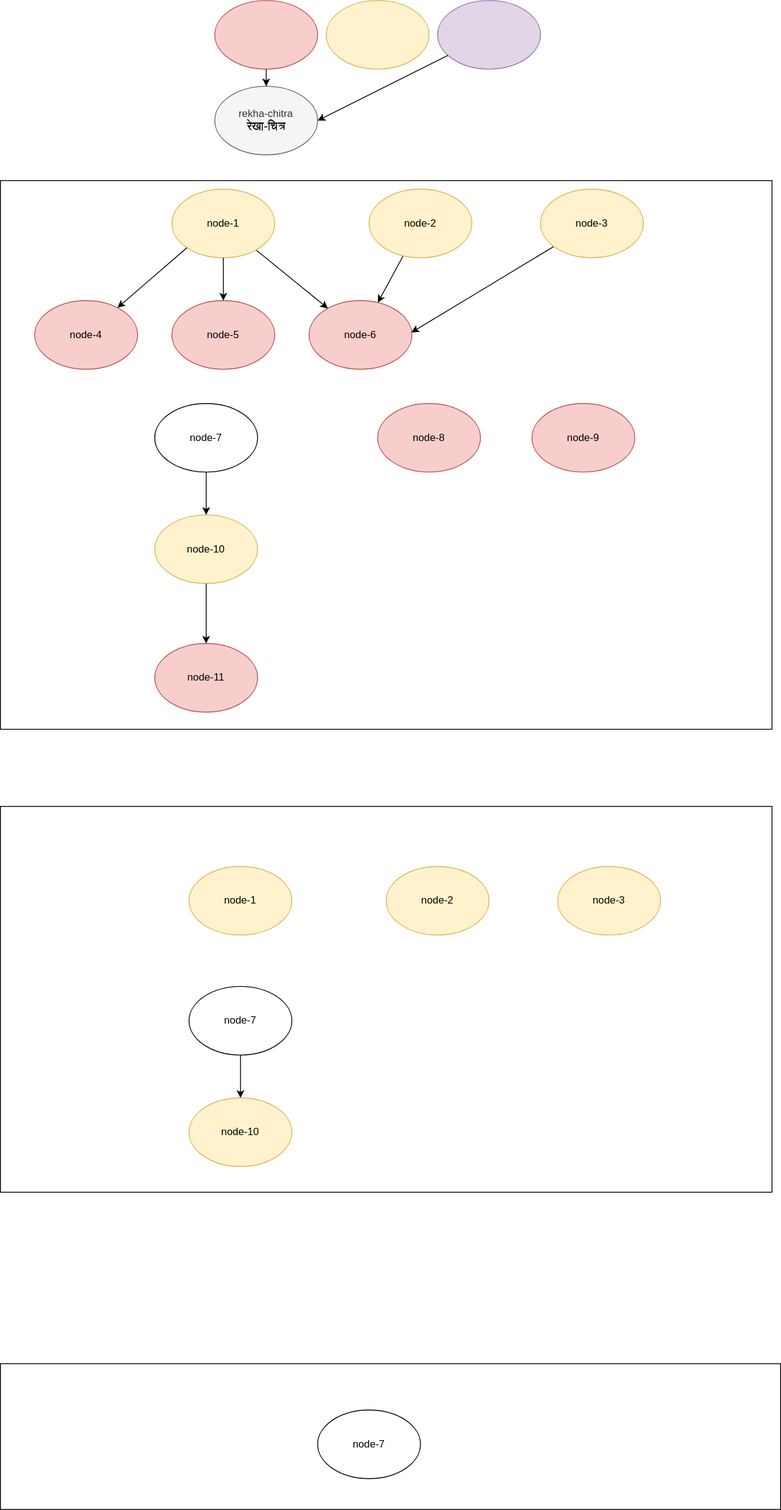
The draw.io diagram docs/design/rekha-chitra-logo.svg in princerachit/rekha-chitra, before a commit. Source tidied: cells renumbered, new cells last; positions are measured from the earlier drawing's top-left corner, leaving out a move shared by most shapes. Source of this version:
```xml
<mxGraphModel>
  <root>
    <mxCell id="0" />
    <mxCell id="1" parent="0" />
    <mxCell id="2" style="group;" parent="1" vertex="1">
      <mxGeometry y="210" width="900" height="640" as="geometry" />
    </mxCell>
    <mxCell id="3" style="rounded=0;whiteSpace=wrap;html=1;" parent="2" vertex="1">
      <mxGeometry width="900" height="640" as="geometry" />
    </mxCell>
    <mxCell id="4" value="node-6" style="ellipse;whiteSpace=wrap;html=1;fillColor=#f8cecc;strokeColor=#b85450;" parent="2" vertex="1">
      <mxGeometry x="360" y="140" width="120" height="80" as="geometry" />
    </mxCell>
    <mxCell id="5" style="rounded=0;jettySize=auto;html=1;" parent="2" edge="1" source="6" target="4">
      <mxGeometry relative="1" as="geometry" />
    </mxCell>
    <mxCell id="6" value="node-1" style="ellipse;whiteSpace=wrap;html=1;fillColor=#fff2cc;strokeColor=#d6b656;" parent="2" vertex="1">
      <mxGeometry x="200" y="10" width="120" height="80" as="geometry" />
    </mxCell>
    <mxCell id="7" value="node-5" style="ellipse;whiteSpace=wrap;html=1;fillColor=#f8cecc;strokeColor=#b85450;" parent="2" vertex="1">
      <mxGeometry x="200" y="140" width="120" height="80" as="geometry" />
    </mxCell>
    <mxCell id="8" style="rounded=0;jettySize=auto;html=1;" parent="2" edge="1" source="6" target="7">
      <mxGeometry relative="1" as="geometry" />
    </mxCell>
    <mxCell id="9" value="node-4" style="ellipse;whiteSpace=wrap;html=1;fillColor=#f8cecc;strokeColor=#b85450;" parent="2" vertex="1">
      <mxGeometry x="40" y="140" width="120" height="80" as="geometry" />
    </mxCell>
    <mxCell id="10" style="rounded=0;jettySize=auto;html=1;exitX=0;exitY=1;exitDx=0;exitDy=0;" parent="2" edge="1" source="6" target="9">
      <mxGeometry relative="1" as="geometry" />
    </mxCell>
    <mxCell id="11" value="node-7" style="ellipse;whiteSpace=wrap;html=1;" parent="2" vertex="1">
      <mxGeometry x="180" y="260" width="120" height="80" as="geometry" />
    </mxCell>
    <mxCell id="12" style="rounded=0;jettySize=auto;html=1;entryX=0.995;entryY=0.465;entryDx=0;entryDy=0;entryPerimeter=0;" parent="2" edge="1" source="13" target="4">
      <mxGeometry relative="1" as="geometry" />
    </mxCell>
    <mxCell id="13" value="node-3" style="ellipse;whiteSpace=wrap;html=1;fillColor=#fff2cc;strokeColor=#d6b656;" parent="2" vertex="1">
      <mxGeometry x="630" y="10" width="120" height="80" as="geometry" />
    </mxCell>
    <mxCell id="14" value="node-8" style="ellipse;whiteSpace=wrap;html=1;fillColor=#f8cecc;strokeColor=#b85450;" parent="2" vertex="1">
      <mxGeometry x="440" y="260" width="120" height="80" as="geometry" />
    </mxCell>
    <mxCell id="15" value="node-10" style="ellipse;whiteSpace=wrap;html=1;fillColor=#fff2cc;strokeColor=#d6b656;" parent="2" vertex="1">
      <mxGeometry x="180" y="390" width="120" height="80" as="geometry" />
    </mxCell>
    <mxCell id="16" style="rounded=0;jettySize=auto;html=1;" parent="2" edge="1" source="11" target="15">
      <mxGeometry relative="1" as="geometry" />
    </mxCell>
    <mxCell id="17" style="rounded=0;jettySize=auto;html=1;" parent="2" edge="1" source="18" target="4">
      <mxGeometry relative="1" as="geometry" />
    </mxCell>
    <mxCell id="18" value="node-2" style="ellipse;whiteSpace=wrap;html=1;fillColor=#fff2cc;strokeColor=#d6b656;" parent="2" vertex="1">
      <mxGeometry x="430" y="10" width="120" height="80" as="geometry" />
    </mxCell>
    <mxCell id="19" value="node-9" style="ellipse;whiteSpace=wrap;html=1;fillColor=#f8cecc;strokeColor=#b85450;" parent="2" vertex="1">
      <mxGeometry x="620" y="260" width="120" height="80" as="geometry" />
    </mxCell>
    <mxCell id="20" value="node-11" style="ellipse;whiteSpace=wrap;html=1;fillColor=#f8cecc;strokeColor=#b85450;" parent="2" vertex="1">
      <mxGeometry x="180" y="540" width="120" height="80" as="geometry" />
    </mxCell>
    <mxCell id="21" style="rounded=0;jettySize=auto;html=1;" parent="2" edge="1" source="15" target="20">
      <mxGeometry relative="1" as="geometry" />
    </mxCell>
    <mxCell id="22" style="group;" parent="1" vertex="1">
      <mxGeometry y="940" width="900" height="450" as="geometry" />
    </mxCell>
    <mxCell id="23" style="rounded=0;whiteSpace=wrap;html=1;" parent="22" vertex="1">
      <mxGeometry width="900" height="450" as="geometry" />
    </mxCell>
    <mxCell id="24" value="node-1" style="ellipse;whiteSpace=wrap;html=1;fillColor=#fff2cc;strokeColor=#d6b656;" parent="22" vertex="1">
      <mxGeometry x="220" y="70" width="120" height="80" as="geometry" />
    </mxCell>
    <mxCell id="25" value="node-7" style="ellipse;whiteSpace=wrap;html=1;" parent="22" vertex="1">
      <mxGeometry x="220" y="210" width="120" height="80" as="geometry" />
    </mxCell>
    <mxCell id="26" value="node-3" style="ellipse;whiteSpace=wrap;html=1;fillColor=#fff2cc;strokeColor=#d6b656;" parent="22" vertex="1">
      <mxGeometry x="650" y="70" width="120" height="80" as="geometry" />
    </mxCell>
    <mxCell id="27" value="node-10" style="ellipse;whiteSpace=wrap;html=1;fillColor=#fff2cc;strokeColor=#d6b656;" parent="22" vertex="1">
      <mxGeometry x="220" y="340" width="120" height="80" as="geometry" />
    </mxCell>
    <mxCell id="28" style="rounded=0;jettySize=auto;html=1;" parent="22" edge="1" source="25" target="27">
      <mxGeometry relative="1" as="geometry" />
    </mxCell>
    <mxCell id="29" value="node-2" style="ellipse;whiteSpace=wrap;html=1;fillColor=#fff2cc;strokeColor=#d6b656;" parent="22" vertex="1">
      <mxGeometry x="450" y="70" width="120" height="80" as="geometry" />
    </mxCell>
    <mxCell id="30" style="group;" parent="1" vertex="1">
      <mxGeometry y="1590" width="910" height="170" as="geometry" />
    </mxCell>
    <mxCell id="31" style="rounded=0;whiteSpace=wrap;html=1;" parent="30" vertex="1">
      <mxGeometry width="910" height="170" as="geometry" />
    </mxCell>
    <mxCell id="32" value="node-7" style="ellipse;whiteSpace=wrap;html=1;" parent="30" vertex="1">
      <mxGeometry x="370" y="54" width="120" height="80" as="geometry" />
    </mxCell>
    <mxCell id="33" style="group;" parent="1" vertex="1">
      <mxGeometry x="250" width="380" height="180" as="geometry" />
    </mxCell>
    <mxCell id="34" style="ellipse;whiteSpace=wrap;html=1;fillColor=#f8cecc;strokeColor=#b85450;" parent="33" vertex="1">
      <mxGeometry width="120" height="80" as="geometry" />
    </mxCell>
    <mxCell id="35" style="ellipse;whiteSpace=wrap;html=1;fillColor=#fff2cc;strokeColor=#d6b656;" parent="33" vertex="1">
      <mxGeometry x="130" width="120" height="80" as="geometry" />
    </mxCell>
    <mxCell id="36" style="ellipse;whiteSpace=wrap;html=1;fillColor=#e1d5e7;strokeColor=#9673a6;" parent="33" vertex="1">
      <mxGeometry x="260" width="120" height="80" as="geometry" />
    </mxCell>
    <mxCell id="37" value="rekha-chitra&lt;br style=&quot;border-color: var(--border-color); color: rgb(0, 0, 0); font-size: 14px;&quot;&gt;&lt;span style=&quot;color: rgb(0, 0, 0); font-size: 14px;&quot;&gt;रेखा-चित्र&lt;/span&gt;" style="ellipse;whiteSpace=wrap;html=1;fillColor=#f5f5f5;fontColor=#333333;strokeColor=#666666;" parent="33" vertex="1">
      <mxGeometry y="100" width="120" height="80" as="geometry" />
    </mxCell>
    <mxCell id="38" style="edgeStyle=orthogonalEdgeStyle;rounded=0;jettySize=auto;html=1;entryX=0.5;entryY=0;entryDx=0;entryDy=0;" parent="33" edge="1" source="34" target="37">
      <mxGeometry relative="1" as="geometry" />
    </mxCell>
    <mxCell id="39" style="rounded=0;jettySize=auto;html=1;entryX=1;entryY=0.5;entryDx=0;entryDy=0;" parent="33" edge="1" source="36" target="37">
      <mxGeometry relative="1" as="geometry" />
    </mxCell>
  </root>
</mxGraphModel>
```
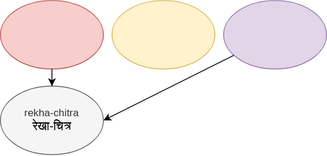
Above is the later version.

What changed in the source:
```diff
@@ -2,99 +2,6 @@
   <root>
     <mxCell id="0" />
     <mxCell id="1" parent="0" />
-    <mxCell id="2" style="group;" parent="1" vertex="1">
-      <mxGeometry y="210" width="900" height="640" as="geometry" />
-    </mxCell>
-    <mxCell id="3" style="rounded=0;whiteSpace=wrap;html=1;" parent="2" vertex="1">
-      <mxGeometry width="900" height="640" as="geometry" />
-    </mxCell>
-    <mxCell id="4" value="node-6" style="ellipse;whiteSpace=wrap;html=1;fillColor=#f8cecc;strokeColor=#b85450;" parent="2" vertex="1">
-      <mxGeometry x="360" y="140" width="120" height="80" as="geometry" />
-    </mxCell>
-    <mxCell id="5" style="rounded=0;jettySize=auto;html=1;" parent="2" edge="1" source="6" target="4">
-      <mxGeometry relative="1" as="geometry" />
-    </mxCell>
-    <mxCell id="6" value="node-1" style="ellipse;whiteSpace=wrap;html=1;fillColor=#fff2cc;strokeColor=#d6b656;" parent="2" vertex="1">
-      <mxGeometry x="200" y="10" width="120" height="80" as="geometry" />
-    </mxCell>
-    <mxCell id="7" value="node-5" style="ellipse;whiteSpace=wrap;html=1;fillColor=#f8cecc;strokeColor=#b85450;" parent="2" vertex="1">
-      <mxGeometry x="200" y="140" width="120" height="80" as="geometry" />
-    </mxCell>
-    <mxCell id="8" style="rounded=0;jettySize=auto;html=1;" parent="2" edge="1" source="6" target="7">
-      <mxGeometry relative="1" as="geometry" />
-    </mxCell>
-    <mxCell id="9" value="node-4" style="ellipse;whiteSpace=wrap;html=1;fillColor=#f8cecc;strokeColor=#b85450;" parent="2" vertex="1">
-      <mxGeometry x="40" y="140" width="120" height="80" as="geometry" />
-    </mxCell>
-    <mxCell id="10" style="rounded=0;jettySize=auto;html=1;exitX=0;exitY=1;exitDx=0;exitDy=0;" parent="2" edge="1" source="6" target="9">
-      <mxGeometry relative="1" as="geometry" />
-    </mxCell>
-    <mxCell id="11" value="node-7" style="ellipse;whiteSpace=wrap;html=1;" parent="2" vertex="1">
-      <mxGeometry x="180" y="260" width="120" height="80" as="geometry" />
-    </mxCell>
-    <mxCell id="12" style="rounded=0;jettySize=auto;html=1;entryX=0.995;entryY=0.465;entryDx=0;entryDy=0;entryPerimeter=0;" parent="2" edge="1" source="13" target="4">
-      <mxGeometry relative="1" as="geometry" />
-    </mxCell>
-    <mxCell id="13" value="node-3" style="ellipse;whiteSpace=wrap;html=1;fillColor=#fff2cc;strokeColor=#d6b656;" parent="2" vertex="1">
-      <mxGeometry x="630" y="10" width="120" height="80" as="geometry" />
-    </mxCell>
-    <mxCell id="14" value="node-8" style="ellipse;whiteSpace=wrap;html=1;fillColor=#f8cecc;strokeColor=#b85450;" parent="2" vertex="1">
-      <mxGeometry x="440" y="260" width="120" height="80" as="geometry" />
-    </mxCell>
-    <mxCell id="15" value="node-10" style="ellipse;whiteSpace=wrap;html=1;fillColor=#fff2cc;strokeColor=#d6b656;" parent="2" vertex="1">
-      <mxGeometry x="180" y="390" width="120" height="80" as="geometry" />
-    </mxCell>
-    <mxCell id="16" style="rounded=0;jettySize=auto;html=1;" parent="2" edge="1" source="11" target="15">
-      <mxGeometry relative="1" as="geometry" />
-    </mxCell>
-    <mxCell id="17" style="rounded=0;jettySize=auto;html=1;" parent="2" edge="1" source="18" target="4">
-      <mxGeometry relative="1" as="geometry" />
-    </mxCell>
-    <mxCell id="18" value="node-2" style="ellipse;whiteSpace=wrap;html=1;fillColor=#fff2cc;strokeColor=#d6b656;" parent="2" vertex="1">
-      <mxGeometry x="430" y="10" width="120" height="80" as="geometry" />
-    </mxCell>
-    <mxCell id="19" value="node-9" style="ellipse;whiteSpace=wrap;html=1;fillColor=#f8cecc;strokeColor=#b85450;" parent="2" vertex="1">
-      <mxGeometry x="620" y="260" width="120" height="80" as="geometry" />
-    </mxCell>
-    <mxCell id="20" value="node-11" style="ellipse;whiteSpace=wrap;html=1;fillColor=#f8cecc;strokeColor=#b85450;" parent="2" vertex="1">
-      <mxGeometry x="180" y="540" width="120" height="80" as="geometry" />
-    </mxCell>
-    <mxCell id="21" style="rounded=0;jettySize=auto;html=1;" parent="2" edge="1" source="15" target="20">
-      <mxGeometry relative="1" as="geometry" />
-    </mxCell>
-    <mxCell id="22" style="group;" parent="1" vertex="1">
-      <mxGeometry y="940" width="900" height="450" as="geometry" />
-    </mxCell>
-    <mxCell id="23" style="rounded=0;whiteSpace=wrap;html=1;" parent="22" vertex="1">
-      <mxGeometry width="900" height="450" as="geometry" />
-    </mxCell>
-    <mxCell id="24" value="node-1" style="ellipse;whiteSpace=wrap;html=1;fillColor=#fff2cc;strokeColor=#d6b656;" parent="22" vertex="1">
-      <mxGeometry x="220" y="70" width="120" height="80" as="geometry" />
-    </mxCell>
-    <mxCell id="25" value="node-7" style="ellipse;whiteSpace=wrap;html=1;" parent="22" vertex="1">
-      <mxGeometry x="220" y="210" width="120" height="80" as="geometry" />
-    </mxCell>
-    <mxCell id="26" value="node-3" style="ellipse;whiteSpace=wrap;html=1;fillColor=#fff2cc;strokeColor=#d6b656;" parent="22" vertex="1">
-      <mxGeometry x="650" y="70" width="120" height="80" as="geometry" />
-    </mxCell>
-    <mxCell id="27" value="node-10" style="ellipse;whiteSpace=wrap;html=1;fillColor=#fff2cc;strokeColor=#d6b656;" parent="22" vertex="1">
-      <mxGeometry x="220" y="340" width="120" height="80" as="geometry" />
-    </mxCell>
-    <mxCell id="28" style="rounded=0;jettySize=auto;html=1;" parent="22" edge="1" source="25" target="27">
-      <mxGeometry relative="1" as="geometry" />
-    </mxCell>
-    <mxCell id="29" value="node-2" style="ellipse;whiteSpace=wrap;html=1;fillColor=#fff2cc;strokeColor=#d6b656;" parent="22" vertex="1">
-      <mxGeometry x="450" y="70" width="120" height="80" as="geometry" />
-    </mxCell>
-    <mxCell id="30" style="group;" parent="1" vertex="1">
-      <mxGeometry y="1590" width="910" height="170" as="geometry" />
-    </mxCell>
-    <mxCell id="31" style="rounded=0;whiteSpace=wrap;html=1;" parent="30" vertex="1">
-      <mxGeometry width="910" height="170" as="geometry" />
-    </mxCell>
-    <mxCell id="32" value="node-7" style="ellipse;whiteSpace=wrap;html=1;" parent="30" vertex="1">
-      <mxGeometry x="370" y="54" width="120" height="80" as="geometry" />
-    </mxCell>
     <mxCell id="33" style="group;" parent="1" vertex="1">
       <mxGeometry x="250" width="380" height="180" as="geometry" />
     </mxCell>
```
